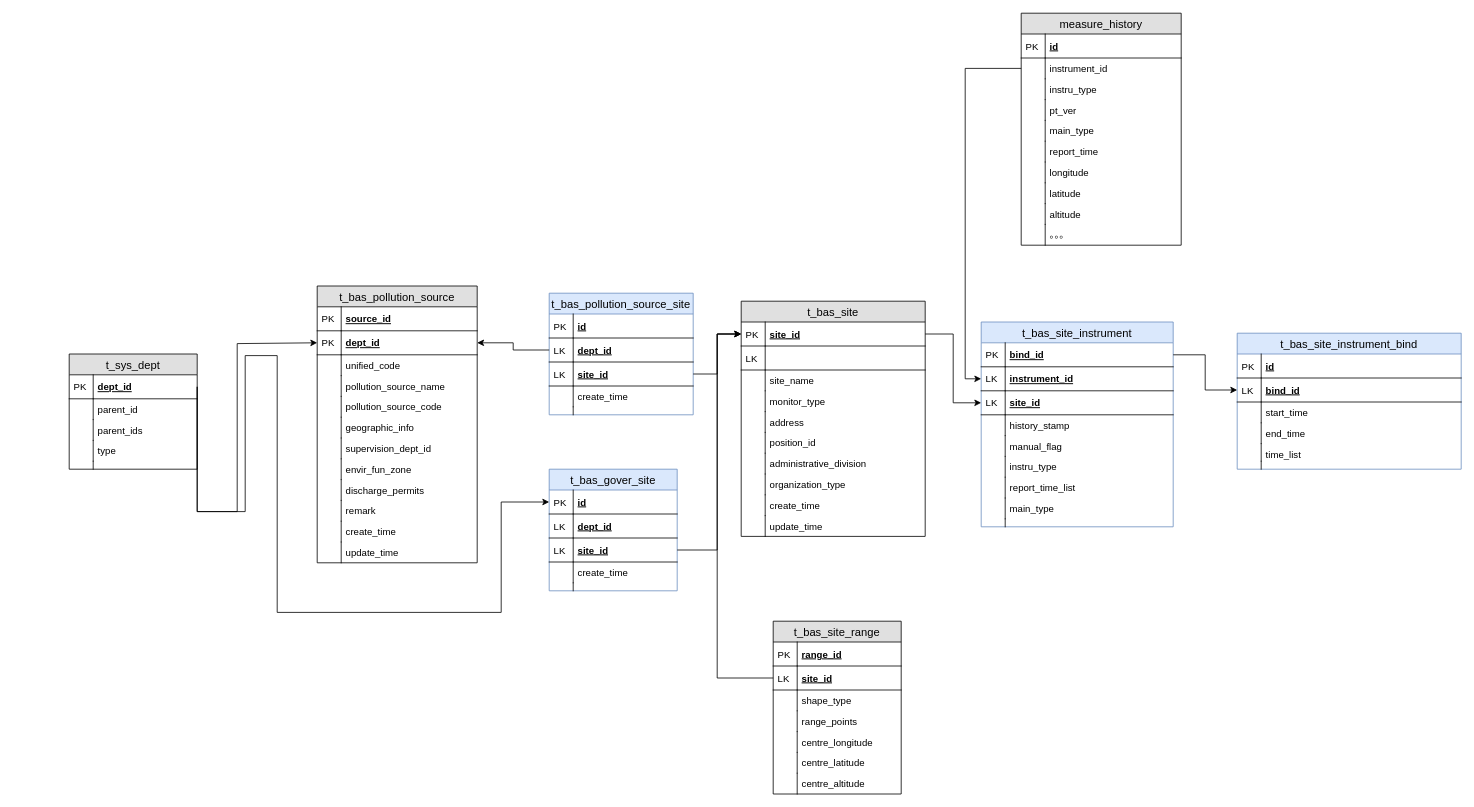
This is hntyCloudDataER.drawio from lzdong0714/note, a draw.io file, before an edit. Source tidied: cells renumbered, new cells numbered last; positions are measured from the earlier drawing's top-left corner, leaving out a move shared by most shapes. Both pictures are drawn from the tidied source at 80%, with x=0, y=0 at pixel (69, 13).
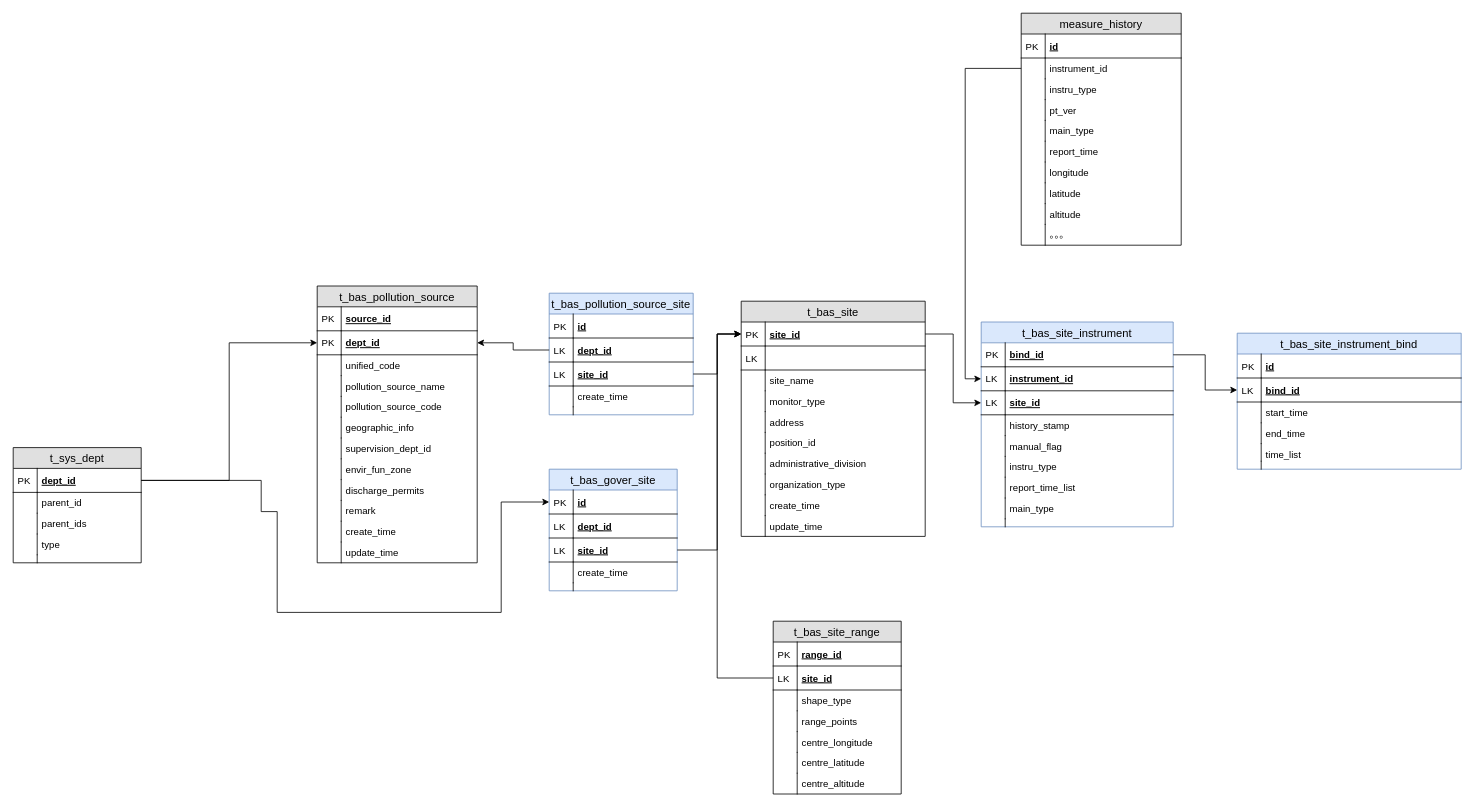
The same page after the edit.

Unchanged cells that the change refers to:
```xml
<mxCell id="73" value="dept_id" style="shape=partialRectangle;top=0;left=0;right=0;bottom=1;align=left;verticalAlign=middle;fillColor=none;spacingLeft=34;spacingRight=4;overflow=hidden;points=[[0,0.5],[1,0.5]];portConstraint=eastwest;fontStyle=5;fontSize=12;" parent="70" vertex="1">
  <mxGeometry y="56" width="200" height="30" as="geometry" />
</mxCell>
<mxCell id="98" value="dept_id" style="shape=partialRectangle;top=0;left=0;right=0;bottom=1;align=left;verticalAlign=middle;fillColor=none;spacingLeft=34;spacingRight=4;overflow=hidden;points=[[0,0.5],[1,0.5]];portConstraint=eastwest;fontStyle=5;fontSize=12;" parent="95" vertex="1">
  <mxGeometry y="56" width="180" height="30" as="geometry" />
</mxCell>
<mxCell id="111" value="id" style="shape=partialRectangle;top=0;left=0;right=0;bottom=1;align=left;verticalAlign=middle;fillColor=none;spacingLeft=34;spacingRight=4;overflow=hidden;points=[[0,0.5],[1,0.5]];portConstraint=eastwest;fontStyle=5;fontSize=12;" parent="110" vertex="1">
  <mxGeometry y="26" width="160" height="30" as="geometry" />
</mxCell>
<mxCell id="123" value="dept_id" style="shape=partialRectangle;top=0;left=0;right=0;bottom=1;align=left;verticalAlign=middle;fillColor=none;spacingLeft=34;spacingRight=4;overflow=hidden;points=[[0,0.5],[1,0.5]];portConstraint=eastwest;fontStyle=5;fontSize=12;" parent="122" vertex="1">
  <mxGeometry y="26" width="160" height="30" as="geometry" />
</mxCell>
```

Change to the diagram source:
```diff
@@
     <mxCell id="122" value="t_sys_dept" style="swimlane;fontStyle=0;horizontal=1;startSize=26;fillColor=#e0e0e0;swimlaneFillColor=#ffffff;align=center;fontSize=14;" parent="1" vertex="1">
-      <mxGeometry y="426" width="160" height="144" as="geometry" />
+      <mxGeometry x="-70" y="543" width="160" height="144" as="geometry" />
     </mxCell>
@@
     <mxCell id="155" style="edgeStyle=orthogonalEdgeStyle;rounded=0;jettySize=auto;html=1;entryX=0;entryY=0.5;entryDx=0;entryDy=0;exitX=1;exitY=0.5;exitDx=0;exitDy=0;" parent="1" edge="1" source="123" target="111">
       <mxGeometry relative="1" as="geometry">
         <Array as="points">
-          <mxPoint x="220" y="623" />
-          <mxPoint x="220" y="428" />
-          <mxPoint x="260" y="428" />
+          <mxPoint x="240" y="584" />
+          <mxPoint x="240" y="623" />
+          <mxPoint x="260" y="623" />
           <mxPoint x="260" y="749" />
           <mxPoint x="540" y="749" />
           <mxPoint x="540" y="611" />
         </Array>
       </mxGeometry>
     </mxCell>
+    <mxCell id="157" style="edgeStyle=orthogonalEdgeStyle;rounded=0;jettySize=auto;html=1;exitX=0;exitY=0.5;exitDx=0;exitDy=0;entryX=1;entryY=0.5;entryDx=0;entryDy=0;" parent="1" edge="1" source="98" target="73">
+      <mxGeometry relative="1" as="geometry" />
+    </mxCell>
-    <mxCell id="156" style="edgeStyle=orthogonalEdgeStyle;rounded=0;jettySize=auto;html=1;exitX=1;exitY=0.5;exitDx=0;exitDy=0;entryX=0;entryY=0.5;entryDx=0;entryDy=0;" parent="1" edge="1" source="123" target="73">
-      <mxGeometry relative="1" as="geometry">
-        <Array as="points">
-          <mxPoint x="210" y="623" />
-          <mxPoint x="210" y="413" />
-        </Array>
-      </mxGeometry>
+    <mxCell id="156" style="edgeStyle=orthogonalEdgeStyle;rounded=0;jettySize=auto;html=1;entryX=0;entryY=0.5;entryDx=0;entryDy=0;" parent="1" edge="1" source="123" target="73">
+      <mxGeometry relative="1" as="geometry" />
     </mxCell>
-    <mxCell id="157" style="edgeStyle=orthogonalEdgeStyle;rounded=0;jettySize=auto;html=1;exitX=0;exitY=0.5;exitDx=0;exitDy=0;entryX=1;entryY=0.5;entryDx=0;entryDy=0;" parent="1" edge="1" source="98" target="73">
-      <mxGeometry relative="1" as="geometry" />
-    </mxCell>
```
